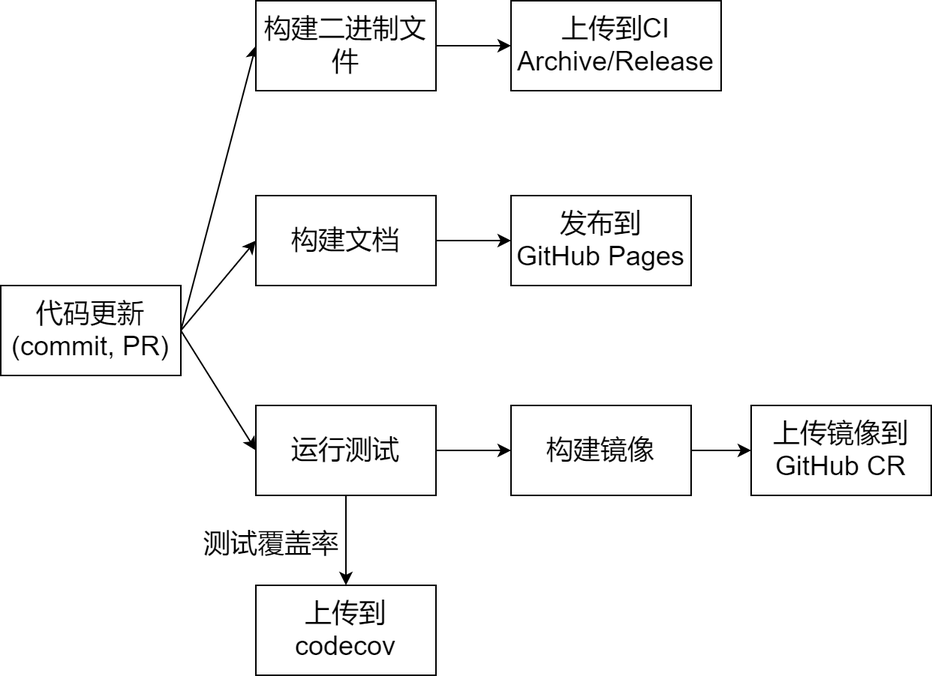
Before: docs/docs/contribution/ci.png, a diagram exported from draw.io (PKUHPC/OpenSCOW). Source tidied: cells renumbered, new cells last; positions are measured from the earlier drawing's top-left corner, leaving out a move shared by most shapes.
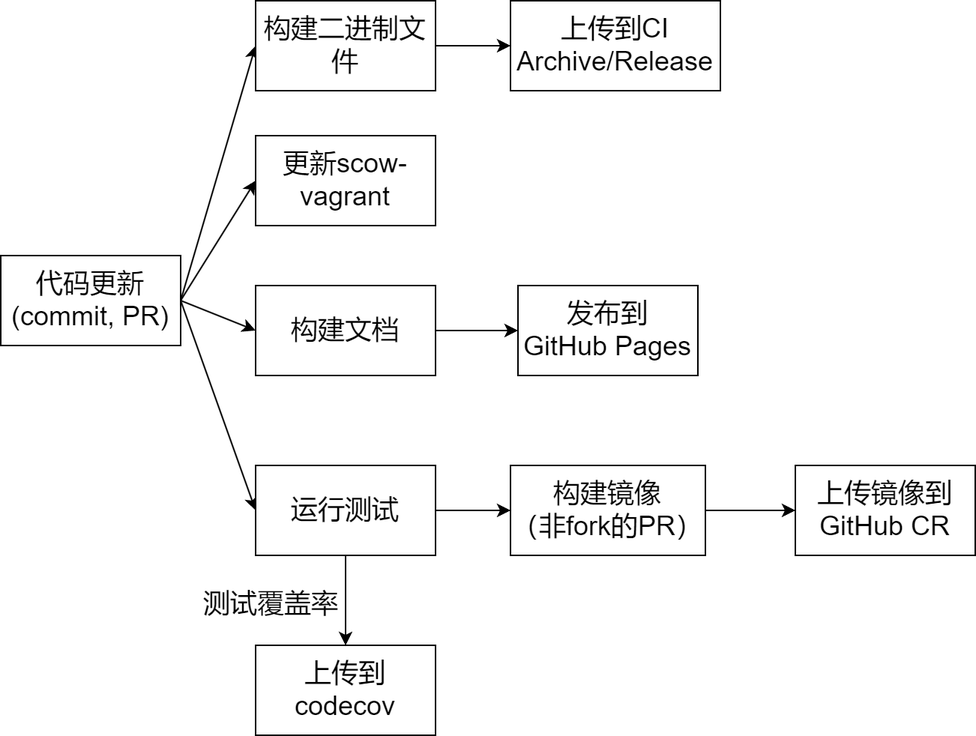
The same file after the commit.

Diff of the diagram source:
```diff
@@ -11,14 +11,17 @@
     <mxCell id="4" style="edgeStyle=none;html=1;entryX=0;entryY=0.5;entryDx=0;entryDy=0;exitX=1;exitY=0.5;exitDx=0;exitDy=0;" parent="1" edge="1" source="5" target="18">
       <mxGeometry relative="1" as="geometry" />
     </mxCell>
+    <mxCell id="20" style="edgeStyle=none;html=1;exitX=1;exitY=0.5;exitDx=0;exitDy=0;entryX=0;entryY=0.5;entryDx=0;entryDy=0;" parent="1" edge="1" source="5" target="21">
+      <mxGeometry relative="1" as="geometry" />
+    </mxCell>
     <mxCell id="5" value="代码更新&#10;(commit, PR)" style="rounded=0;whiteSpace=wrap;fontSize=18;labelBackgroundColor=none;" parent="1" vertex="1">
-      <mxGeometry y="190" width="120" height="60" as="geometry" />
+      <mxGeometry y="130" width="120" height="60" as="geometry" />
     </mxCell>
     <mxCell id="6" style="edgeStyle=none;exitX=1;exitY=0.5;exitDx=0;exitDy=0;entryX=0;entryY=0.5;entryDx=0;entryDy=0;fontSize=18;labelBackgroundColor=none;" parent="1" edge="1" source="7" target="13">
       <mxGeometry relative="1" as="geometry" />
     </mxCell>
     <mxCell id="7" value="构建文档" style="rounded=0;whiteSpace=wrap;fontSize=18;labelBackgroundColor=none;" parent="1" vertex="1">
-      <mxGeometry x="170" y="130" width="120" height="60" as="geometry" />
+      <mxGeometry x="170" y="150" width="120" height="60" as="geometry" />
     </mxCell>
     <mxCell id="8" style="edgeStyle=none;exitX=0.5;exitY=1;exitDx=0;exitDy=0;fontSize=18;labelBackgroundColor=none;" parent="1" edge="1" source="11" target="12">
       <mxGeometry relative="1" as="geometry" />
@@ -38,25 +41,28 @@
       <mxGeometry x="170" y="390" width="120" height="60" as="geometry" />
     </mxCell>
     <mxCell id="13" value="发布到&#10;GitHub Pages" style="rounded=0;whiteSpace=wrap;fontSize=18;labelBackgroundColor=none;" parent="1" vertex="1">
-      <mxGeometry x="340" y="130" width="120" height="60" as="geometry" />
+      <mxGeometry x="345" y="150" width="120" height="60" as="geometry" />
     </mxCell>
     <mxCell id="14" style="edgeStyle=none;exitX=1;exitY=0.5;exitDx=0;exitDy=0;entryX=0;entryY=0.5;entryDx=0;entryDy=0;fontSize=18;labelBackgroundColor=none;" parent="1" edge="1" source="15" target="16">
       <mxGeometry relative="1" as="geometry" />
     </mxCell>
-    <mxCell id="15" value="构建镜像" style="rounded=0;whiteSpace=wrap;fontSize=18;labelBackgroundColor=none;" parent="1" vertex="1">
-      <mxGeometry x="340" y="270" width="120" height="60" as="geometry" />
+    <mxCell id="15" value="构建镜像&#10;（非fork的PR）" style="rounded=0;whiteSpace=wrap;fontSize=18;labelBackgroundColor=none;" parent="1" vertex="1">
+      <mxGeometry x="340" y="270" width="130" height="60" as="geometry" />
     </mxCell>
     <mxCell id="16" value="上传镜像到GitHub CR" style="rounded=0;whiteSpace=wrap;fontSize=18;labelBackgroundColor=none;" parent="1" vertex="1">
-      <mxGeometry x="500" y="270" width="120" height="60" as="geometry" />
+      <mxGeometry x="530" y="270" width="120" height="60" as="geometry" />
     </mxCell>
     <mxCell id="17" style="edgeStyle=none;html=1;exitX=1;exitY=0.5;exitDx=0;exitDy=0;entryX=0;entryY=0.5;entryDx=0;entryDy=0;" parent="1" edge="1" source="18" target="19">
       <mxGeometry relative="1" as="geometry" />
     </mxCell>
     <mxCell id="18" value="构建二进制文件" style="rounded=0;whiteSpace=wrap;fontSize=18;labelBackgroundColor=none;" parent="1" vertex="1">
-      <mxGeometry x="170" width="120" height="60" as="geometry" />
+      <mxGeometry x="170" y="-40" width="120" height="60" as="geometry" />
     </mxCell>
     <mxCell id="19" value="上传到CI Archive/Release" style="rounded=0;whiteSpace=wrap;fontSize=18;labelBackgroundColor=none;" parent="1" vertex="1">
-      <mxGeometry x="340" width="140" height="60" as="geometry" />
+      <mxGeometry x="340" y="-40" width="140" height="60" as="geometry" />
     </mxCell>
+    <mxCell id="21" value="更新scow-vagrant" style="rounded=0;whiteSpace=wrap;fontSize=18;labelBackgroundColor=none;" parent="1" vertex="1">
+      <mxGeometry x="170" y="50" width="120" height="60" as="geometry" />
+    </mxCell>
   </root>
 </mxGraphModel>
```
